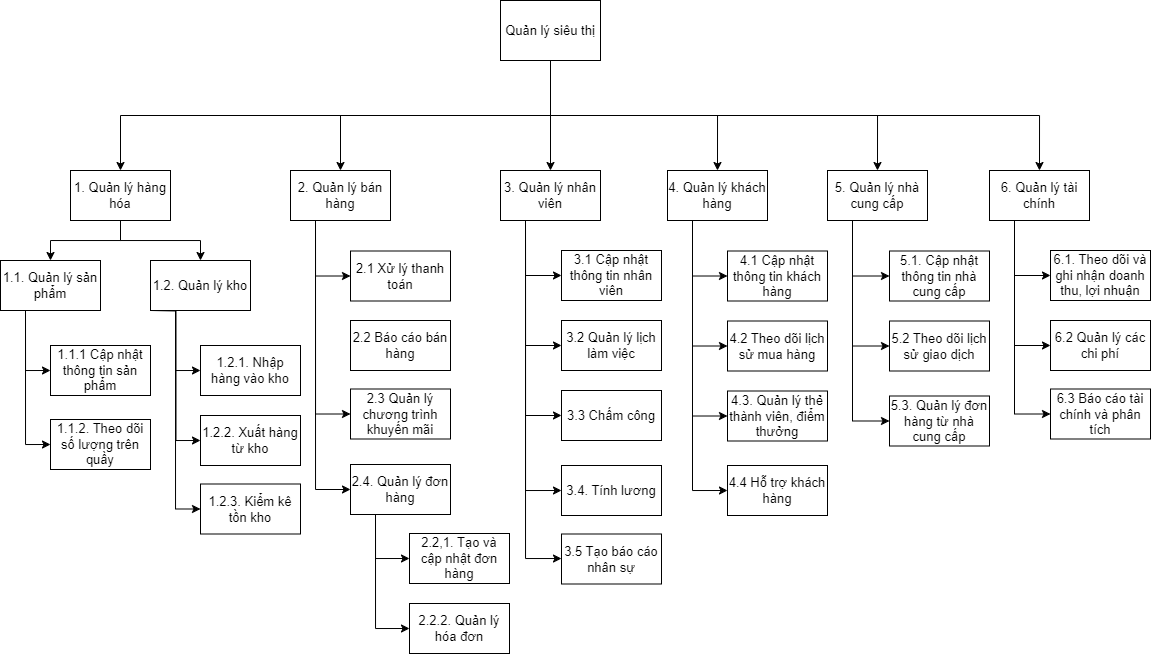
Earlier version of the draw.io export Sơ đồ phân rã chức năng.drawio.png (DatLe328/Phan-tich-thiet-ke-he-thong). Source tidied: cells renumbered, new cells last; positions are measured from the earlier drawing's top-left corner, leaving out a move shared by most shapes.
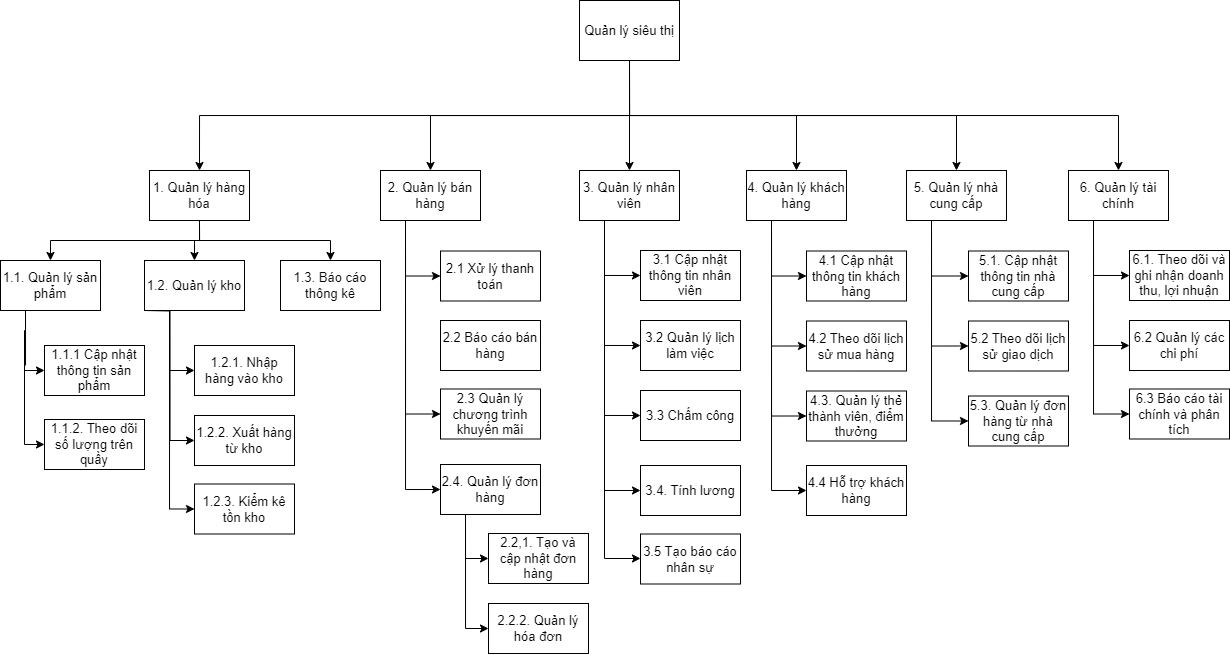
Later version of the same file.

Commit message:
Cập nhật Sơ đồ phân rã chức năng.drawio.png

The edit, as a diff of the source:
```diff
@@ -29,6 +29,9 @@
     <mxCell id="10" style="edgeStyle=orthogonalEdgeStyle;rounded=0;jettySize=auto;html=1;exitX=0.5;exitY=1;exitDx=0;exitDy=0;entryX=0.5;entryY=0;entryDx=0;entryDy=0;fontSize=13;" parent="1" edge="1" source="11" target="47">
       <mxGeometry relative="1" as="geometry" />
     </mxCell>
+    <mxCell id="70" style="edgeStyle=orthogonalEdgeStyle;rounded=0;jettySize=auto;html=1;exitX=0.5;exitY=1;exitDx=0;exitDy=0;" parent="1" edge="1" source="11" target="71">
+      <mxGeometry relative="1" as="geometry" />
+    </mxCell>
     <mxCell id="11" value="1. Quản lý hàng hóa" style="html=1;dashed=0;whiteSpace=wrap;fontSize=13;" parent="1" vertex="1">
       <mxGeometry x="70" y="170" width="100" height="50" as="geometry" />
     </mxCell>
@@ -42,10 +45,10 @@
       <mxGeometry relative="1" as="geometry" />
     </mxCell>
     <mxCell id="15" value="2. Quản lý bán hàng" style="html=1;dashed=0;whiteSpace=wrap;fontSize=13;" parent="1" vertex="1">
-      <mxGeometry x="290" y="170" width="100" height="50" as="geometry" />
+      <mxGeometry x="301" y="170" width="100" height="50" as="geometry" />
     </mxCell>
     <mxCell id="16" value="2.3 Quản lý chương trình khuyến mãi" style="html=1;dashed=0;whiteSpace=wrap;fontSize=13;" parent="1" vertex="1">
-      <mxGeometry x="350" y="388.5" width="100" height="50" as="geometry" />
+      <mxGeometry x="361" y="388.5" width="100" height="50" as="geometry" />
     </mxCell>
     <mxCell id="17" style="edgeStyle=orthogonalEdgeStyle;rounded=0;jettySize=auto;html=1;exitX=0.25;exitY=1;exitDx=0;exitDy=0;entryX=0;entryY=0.5;entryDx=0;entryDy=0;fontSize=13;" parent="1" edge="1" source="22" target="23">
       <mxGeometry relative="1" as="geometry" />
@@ -94,7 +97,7 @@
       <mxGeometry x="827" y="170" width="100" height="50" as="geometry" />
     </mxCell>
     <mxCell id="31" value="2.4. Quản lý đơn hàng" style="html=1;dashed=0;whiteSpace=wrap;fontSize=13;" parent="1" vertex="1">
-      <mxGeometry x="350" y="464" width="100" height="50" as="geometry" />
+      <mxGeometry x="361" y="464" width="100" height="50" as="geometry" />
     </mxCell>
     <mxCell id="32" style="edgeStyle=orthogonalEdgeStyle;rounded=0;jettySize=auto;html=1;exitX=0.25;exitY=1;exitDx=0;exitDy=0;entryX=0;entryY=0.5;entryDx=0;entryDy=0;fontSize=13;" parent="1" edge="1" source="36" target="37">
       <mxGeometry relative="1" as="geometry" />
@@ -139,36 +142,36 @@
       <mxGeometry x="989" y="170" width="100" height="50" as="geometry" />
     </mxCell>
     <mxCell id="46" value="1.1. Quản lý sản phẩm" style="html=1;dashed=0;whiteSpace=wrap;fontSize=13;" parent="1" vertex="1">
-      <mxGeometry y="260" width="100" height="50" as="geometry" />
+      <mxGeometry x="-79" y="260" width="100" height="50" as="geometry" />
     </mxCell>
     <mxCell id="47" value="1.2. Quản lý kho" style="html=1;dashed=0;whiteSpace=wrap;fontSize=13;" parent="1" vertex="1">
-      <mxGeometry x="150" y="260" width="100" height="50" as="geometry" />
+      <mxGeometry x="65" y="260" width="100" height="50" as="geometry" />
     </mxCell>
     <mxCell id="48" style="edgeStyle=orthogonalEdgeStyle;rounded=0;jettySize=auto;html=1;exitX=0.25;exitY=1;exitDx=0;exitDy=0;entryX=0;entryY=0.5;entryDx=0;entryDy=0;fontSize=13;" parent="1" edge="1" source="46" target="49">
       <mxGeometry relative="1" as="geometry" />
     </mxCell>
     <mxCell id="49" value="1.1.1 Cập nhật thông tin sản phẩm" style="html=1;dashed=0;whiteSpace=wrap;fontSize=13;" parent="1" vertex="1">
-      <mxGeometry x="50" y="345" width="100" height="50" as="geometry" />
+      <mxGeometry x="-35" y="345" width="100" height="50" as="geometry" />
     </mxCell>
     <mxCell id="50" style="edgeStyle=orthogonalEdgeStyle;rounded=0;jettySize=auto;html=1;entryX=0;entryY=0.5;entryDx=0;entryDy=0;exitX=0.25;exitY=1;exitDx=0;exitDy=0;fontSize=13;" parent="1" edge="1" source="47" target="53">
       <mxGeometry relative="1" as="geometry" />
     </mxCell>
     <mxCell id="51" style="edgeStyle=orthogonalEdgeStyle;rounded=0;jettySize=auto;html=1;exitX=0.25;exitY=1;exitDx=0;exitDy=0;entryX=0;entryY=0.5;entryDx=0;entryDy=0;fontSize=13;" parent="1" edge="1" target="54">
       <mxGeometry relative="1" as="geometry">
-        <mxPoint x="150" y="310" as="sourcePoint" />
+        <mxPoint x="65" y="310" as="sourcePoint" />
       </mxGeometry>
     </mxCell>
     <mxCell id="52" style="edgeStyle=orthogonalEdgeStyle;rounded=0;jettySize=auto;html=1;entryX=0;entryY=0.5;entryDx=0;entryDy=0;exitX=0.25;exitY=1;exitDx=0;exitDy=0;fontSize=13;" parent="1" edge="1" source="47" target="55">
       <mxGeometry relative="1" as="geometry" />
     </mxCell>
     <mxCell id="53" value="1.2.1. Nhập hàng vào kho" style="html=1;dashed=0;whiteSpace=wrap;fontSize=13;" parent="1" vertex="1">
-      <mxGeometry x="200" y="345" width="100" height="50" as="geometry" />
+      <mxGeometry x="115" y="345" width="100" height="50" as="geometry" />
     </mxCell>
     <mxCell id="54" value="1.2.2. Xuất hàng từ kho" style="html=1;dashed=0;whiteSpace=wrap;fontSize=13;" parent="1" vertex="1">
-      <mxGeometry x="200" y="415" width="100" height="50" as="geometry" />
+      <mxGeometry x="115" y="415" width="100" height="50" as="geometry" />
     </mxCell>
     <mxCell id="55" value="1.2.3. Kiểm kê tồn kho" style="html=1;dashed=0;whiteSpace=wrap;fontSize=13;" parent="1" vertex="1">
-      <mxGeometry x="200" y="483.5" width="100" height="50" as="geometry" />
+      <mxGeometry x="115" y="483.5" width="100" height="50" as="geometry" />
     </mxCell>
     <mxCell id="56" style="edgeStyle=orthogonalEdgeStyle;rounded=0;jettySize=auto;html=1;entryX=0;entryY=0.5;entryDx=0;entryDy=0;exitX=0.25;exitY=1;exitDx=0;exitDy=0;fontSize=13;" parent="1" edge="1" source="31" target="58">
       <mxGeometry relative="1" as="geometry" />
@@ -192,13 +195,13 @@
       <mxGeometry relative="1" as="geometry" />
     </mxCell>
     <mxCell id="63" value="1.1.2. Theo dõi số lượng trên quầy" style="html=1;dashed=0;whiteSpace=wrap;fontSize=13;" parent="1" vertex="1">
-      <mxGeometry x="50" y="419" width="100" height="50" as="geometry" />
+      <mxGeometry x="-35" y="419" width="100" height="50" as="geometry" />
     </mxCell>
     <mxCell id="64" value="4.3. Quản lý thẻ thành viên, điểm thưởng" style="html=1;dashed=0;whiteSpace=wrap;fontSize=13;" parent="1" vertex="1">
       <mxGeometry x="727" y="390.5" width="100" height="50" as="geometry" />
     </mxCell>
     <mxCell id="65" value="2.1 Xử lý thanh toán" style="html=1;dashed=0;whiteSpace=wrap;fontSize=13;" parent="1" vertex="1">
-      <mxGeometry x="350" y="250.5" width="100" height="50" as="geometry" />
+      <mxGeometry x="361" y="250.5" width="100" height="50" as="geometry" />
     </mxCell>
     <mxCell id="66" value="5.3. Quản lý đơn hàng từ nhà cung cấp" style="html=1;dashed=0;whiteSpace=wrap;fontSize=13;" parent="1" vertex="1">
       <mxGeometry x="889" y="395.5" width="100" height="50" as="geometry" />
@@ -207,10 +210,13 @@
       <mxGeometry x="727" y="465" width="100" height="50" as="geometry" />
     </mxCell>
     <mxCell id="68" value="2.2 Báo cáo bán hàng" style="html=1;dashed=0;whiteSpace=wrap;fontSize=13;" parent="1" vertex="1">
-      <mxGeometry x="350" y="320" width="100" height="50" as="geometry" />
+      <mxGeometry x="361" y="320" width="100" height="50" as="geometry" />
     </mxCell>
     <mxCell id="69" value="3.5 Tạo báo cáo nhân sự" style="html=1;dashed=0;whiteSpace=wrap;fontSize=13;" parent="1" vertex="1">
       <mxGeometry x="561" y="533.5" width="100" height="50" as="geometry" />
     </mxCell>
+    <mxCell id="71" value="1.3. Báo cáo thông kê" style="html=1;dashed=0;whiteSpace=wrap;fontSize=13;" parent="1" vertex="1">
+      <mxGeometry x="201" y="260" width="100" height="50" as="geometry" />
+    </mxCell>
   </root>
 </mxGraphModel>
```
